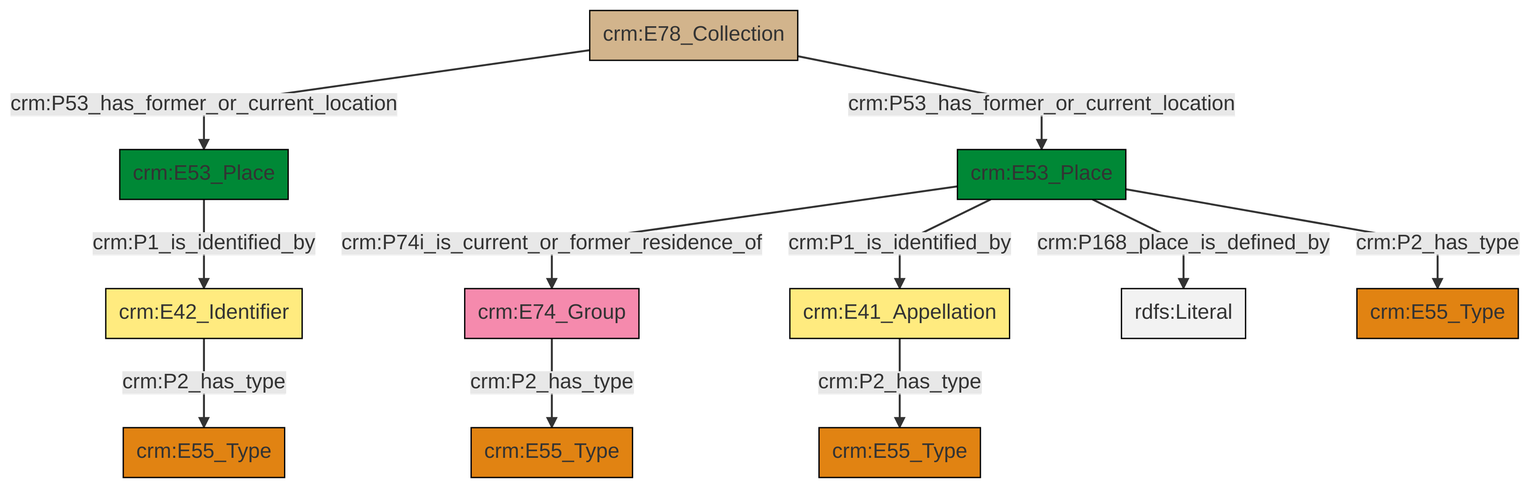
Earlier version of the Mermaid export et/archivalCSV/ttl/mmd/png/archival_location.png (swiss-art-research-net/docs.swissartresearch). Its source is kept beside it as et/archivalCSV/ttl/mmd/archival_location.ttl.mmd.
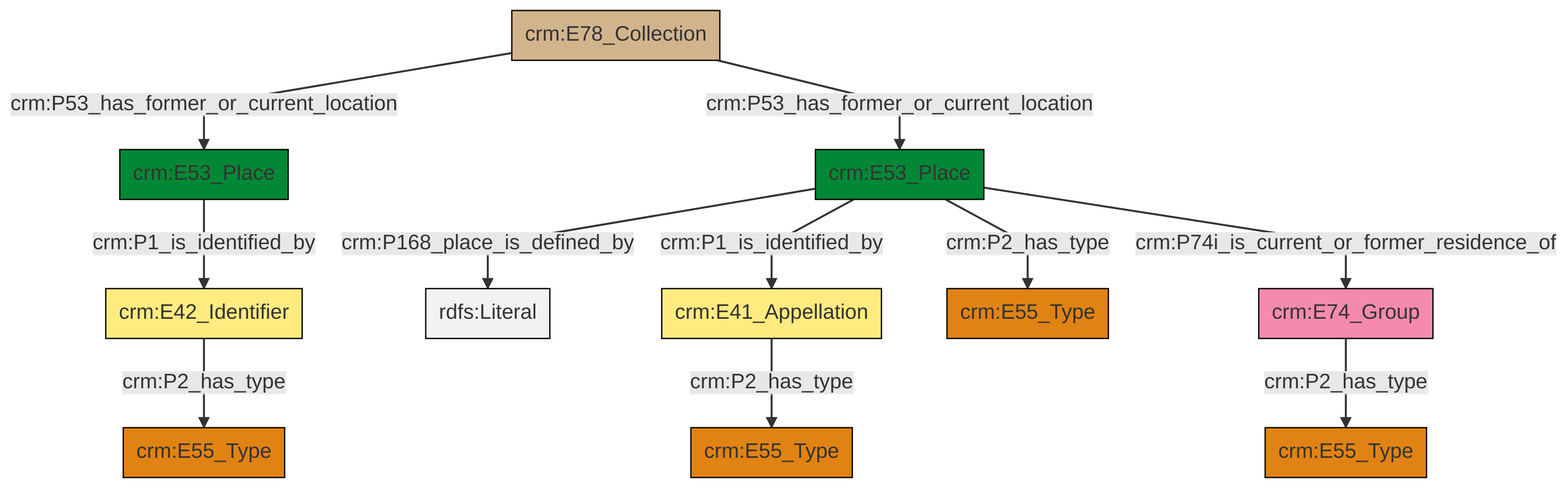
The same diagram one commit later.

Diff of the diagram source:
```diff
@@ -13,13 +13,13 @@
 classDef PC_Classes fill:#4ce600, stroke:#000000;
 classDef Multi fill:#cccccc,stroke:#000000;
 
-4["crm:E53_Place"]:::Place -->|crm:P1_is_identified_by| 5["crm:E42_Identifier"]:::Appellation
-6["crm:E53_Place"]:::Place -->|crm:P74i_is_current_or_former_residence_of| 7["crm:E74_Group"]:::Actor
-6["crm:E53_Place"]:::Place -->|crm:P1_is_identified_by| 9["crm:E41_Appellation"]:::Appellation
-11["crm:E78_Collection"]:::Physical_Thing -->|crm:P53_has_former_or_current_location| 4["crm:E53_Place"]:::Place
-7["crm:E74_Group"]:::Actor -->|crm:P2_has_type| 2["crm:E55_Type"]:::Type
-5["crm:E42_Identifier"]:::Appellation -->|crm:P2_has_type| 15["crm:E55_Type"]:::Type
-9["crm:E41_Appellation"]:::Appellation -->|crm:P2_has_type| 13["crm:E55_Type"]:::Type
-6["crm:E53_Place"]:::Place -->|crm:P168_place_is_defined_by| 20[rdfs:Literal]:::Literal
-6["crm:E53_Place"]:::Place -->|crm:P2_has_type| 0["crm:E55_Type"]:::Type
-11["crm:E78_Collection"]:::Physical_Thing -->|crm:P53_has_former_or_current_location| 6["crm:E53_Place"]:::Place
+0["crm:E78_Collection"]:::Physical_Thing -->|crm:P53_has_former_or_current_location| 1["crm:E53_Place"]:::Place
+2["crm:E53_Place"]:::Place -->|crm:P168_place_is_defined_by| 3[rdfs:Literal]:::Literal
+2["crm:E53_Place"]:::Place -->|crm:P1_is_identified_by| 5["crm:E41_Appellation"]:::Appellation
+17["crm:E42_Identifier"]:::Appellation -->|crm:P2_has_type| 11["crm:E55_Type"]:::Type
+5["crm:E41_Appellation"]:::Appellation -->|crm:P2_has_type| 7["crm:E55_Type"]:::Type
+19["crm:E74_Group"]:::Actor -->|crm:P2_has_type| 9["crm:E55_Type"]:::Type
+0["crm:E78_Collection"]:::Physical_Thing -->|crm:P53_has_former_or_current_location| 2["crm:E53_Place"]:::Place
+2["crm:E53_Place"]:::Place -->|crm:P2_has_type| 15["crm:E55_Type"]:::Type
+1["crm:E53_Place"]:::Place -->|crm:P1_is_identified_by| 17["crm:E42_Identifier"]:::Appellation
+2["crm:E53_Place"]:::Place -->|crm:P74i_is_current_or_former_residence_of| 19["crm:E74_Group"]:::Actor
```
